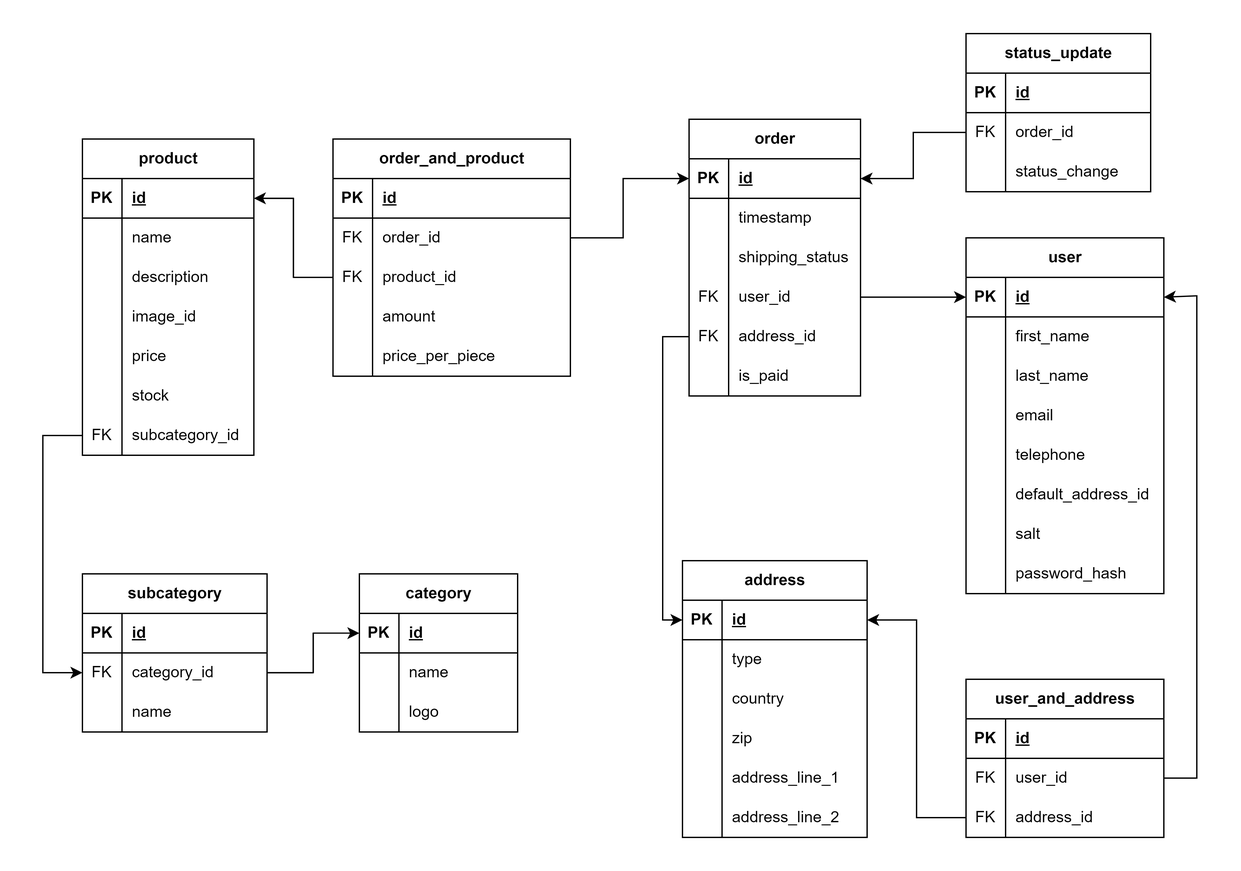
Earlier version of the draw.io export Documentation/Ecommerce ER.png (shekelboi/EcommerceDatabase). Source tidied: cells renumbered, new cells last; positions are measured from the earlier drawing's top-left corner, leaving out a move shared by most shapes.
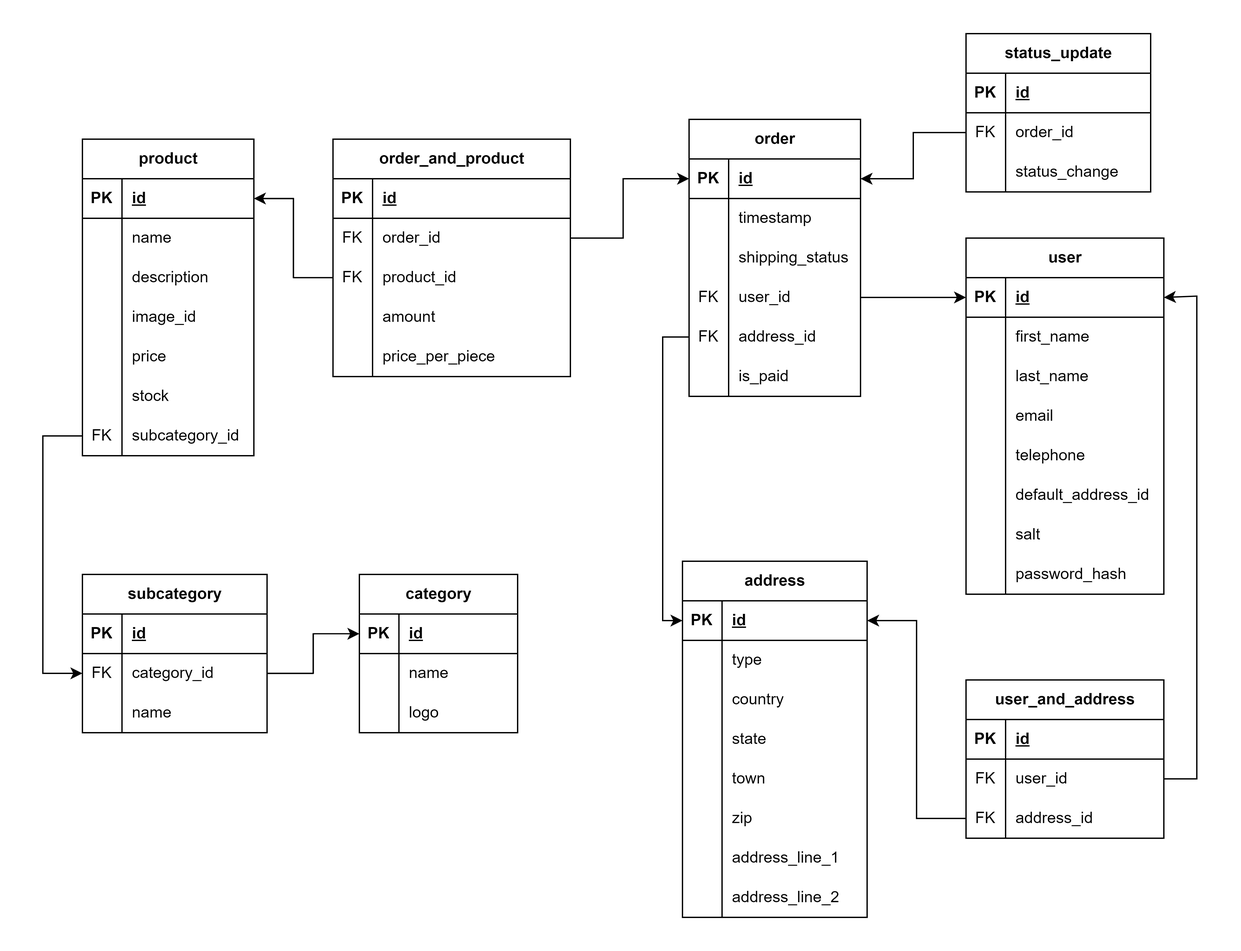
The same file after the commit.

Commit message:
State and town added

The edit, as a diff of the source:
```diff
@@ -389,7 +389,7 @@
       <mxGeometry x="30" width="120" height="30" as="geometry" />
     </mxCell>
     <mxCell id="129" value="address" style="shape=table;startSize=30;rowLines=0;fontStyle=1;align=center;html=1;" parent="1" vertex="1">
-      <mxGeometry x="485" y="400" width="140" height="210" as="geometry" />
+      <mxGeometry x="485" y="400" width="140" height="270" as="geometry" />
     </mxCell>
     <mxCell id="130" style="shape=tableRow;horizontal=0;startSize=0;swimlaneHead=0;swimlaneBody=0;fillColor=none;points=[[0,0.5],[1,0.5]];portConstraint=eastwest;top=0;left=0;right=0;bottom=1;" parent="129" vertex="1">
       <mxGeometry y="30" width="140" height="30" as="geometry" />
@@ -424,7 +424,7 @@
     <mxCell id="140" style="shape=partialRectangle;fillColor=none;top=0;left=0;bottom=0;right=0;overflow=hidden;whiteSpace=wrap;html=1;" parent="139" vertex="1">
       <mxGeometry width="30" height="30" as="geometry" />
     </mxCell>
-    <mxCell id="141" value="zip" style="shape=partialRectangle;fillColor=none;top=0;left=0;bottom=0;right=0;align=left;spacingLeft=6;overflow=hidden;whiteSpace=wrap;html=1;" parent="139" vertex="1">
+    <mxCell id="141" value="state" style="shape=partialRectangle;fillColor=none;top=0;left=0;bottom=0;right=0;align=left;spacingLeft=6;overflow=hidden;whiteSpace=wrap;html=1;" parent="139" vertex="1">
       <mxGeometry x="30" width="110" height="30" as="geometry" />
     </mxCell>
     <mxCell id="142" style="shape=tableRow;horizontal=0;startSize=0;swimlaneHead=0;swimlaneBody=0;fillColor=none;top=0;left=0;right=0;bottom=0;" parent="129" vertex="1">
@@ -433,7 +433,7 @@
     <mxCell id="143" style="shape=partialRectangle;fillColor=none;top=0;left=0;bottom=0;right=0;overflow=hidden;whiteSpace=wrap;html=1;" parent="142" vertex="1">
       <mxGeometry width="30" height="30" as="geometry" />
     </mxCell>
-    <mxCell id="144" value="address_line_1" style="shape=partialRectangle;fillColor=none;top=0;left=0;bottom=0;right=0;align=left;spacingLeft=6;overflow=hidden;whiteSpace=wrap;html=1;" parent="142" vertex="1">
+    <mxCell id="144" value="town" style="shape=partialRectangle;fillColor=none;top=0;left=0;bottom=0;right=0;align=left;spacingLeft=6;overflow=hidden;whiteSpace=wrap;html=1;" parent="142" vertex="1">
       <mxGeometry x="30" width="110" height="30" as="geometry" />
     </mxCell>
     <mxCell id="145" style="shape=tableRow;horizontal=0;startSize=0;swimlaneHead=0;swimlaneBody=0;fillColor=none;top=0;left=0;right=0;bottom=0;" parent="129" vertex="1">
@@ -442,9 +442,27 @@
     <mxCell id="146" style="shape=partialRectangle;fillColor=none;top=0;left=0;bottom=0;right=0;overflow=hidden;whiteSpace=wrap;html=1;" parent="145" vertex="1">
       <mxGeometry width="30" height="30" as="geometry" />
     </mxCell>
-    <mxCell id="147" value="address_line_2" style="shape=partialRectangle;fillColor=none;top=0;left=0;bottom=0;right=0;align=left;spacingLeft=6;overflow=hidden;whiteSpace=wrap;html=1;" parent="145" vertex="1">
+    <mxCell id="147" value="zip" style="shape=partialRectangle;fillColor=none;top=0;left=0;bottom=0;right=0;align=left;spacingLeft=6;overflow=hidden;whiteSpace=wrap;html=1;" parent="145" vertex="1">
       <mxGeometry x="30" width="110" height="30" as="geometry" />
     </mxCell>
+    <mxCell id="152" style="shape=tableRow;horizontal=0;startSize=0;swimlaneHead=0;swimlaneBody=0;fillColor=none;top=0;left=0;right=0;bottom=0;" parent="129" vertex="1">
+      <mxGeometry y="210" width="140" height="30" as="geometry" />
+    </mxCell>
+    <mxCell id="153" style="shape=partialRectangle;fillColor=none;top=0;left=0;bottom=0;right=0;overflow=hidden;whiteSpace=wrap;html=1;" parent="152" vertex="1">
+      <mxGeometry width="30" height="30" as="geometry" />
+    </mxCell>
+    <mxCell id="154" value="address_line_1" style="shape=partialRectangle;fillColor=none;top=0;left=0;bottom=0;right=0;align=left;spacingLeft=6;overflow=hidden;whiteSpace=wrap;html=1;" parent="152" vertex="1">
+      <mxGeometry x="30" width="110" height="30" as="geometry" />
+    </mxCell>
+    <mxCell id="155" style="shape=tableRow;horizontal=0;startSize=0;swimlaneHead=0;swimlaneBody=0;fillColor=none;top=0;left=0;right=0;bottom=0;" parent="129" vertex="1">
+      <mxGeometry y="240" width="140" height="30" as="geometry" />
+    </mxCell>
+    <mxCell id="156" style="shape=partialRectangle;fillColor=none;top=0;left=0;bottom=0;right=0;overflow=hidden;whiteSpace=wrap;html=1;" parent="155" vertex="1">
+      <mxGeometry width="30" height="30" as="geometry" />
+    </mxCell>
+    <mxCell id="157" value="address_line_2" style="shape=partialRectangle;fillColor=none;top=0;left=0;bottom=0;right=0;align=left;spacingLeft=6;overflow=hidden;whiteSpace=wrap;html=1;" parent="155" vertex="1">
+      <mxGeometry x="30" width="110" height="30" as="geometry" />
+    </mxCell>
     <mxCell id="148" style="edgeStyle=orthogonalEdgeStyle;rounded=0;jettySize=auto;html=1;entryX=0;entryY=0.5;entryDx=0;entryDy=0;" parent="1" edge="1" source="58" target="130">
       <mxGeometry relative="1" as="geometry" />
     </mxCell>
```
